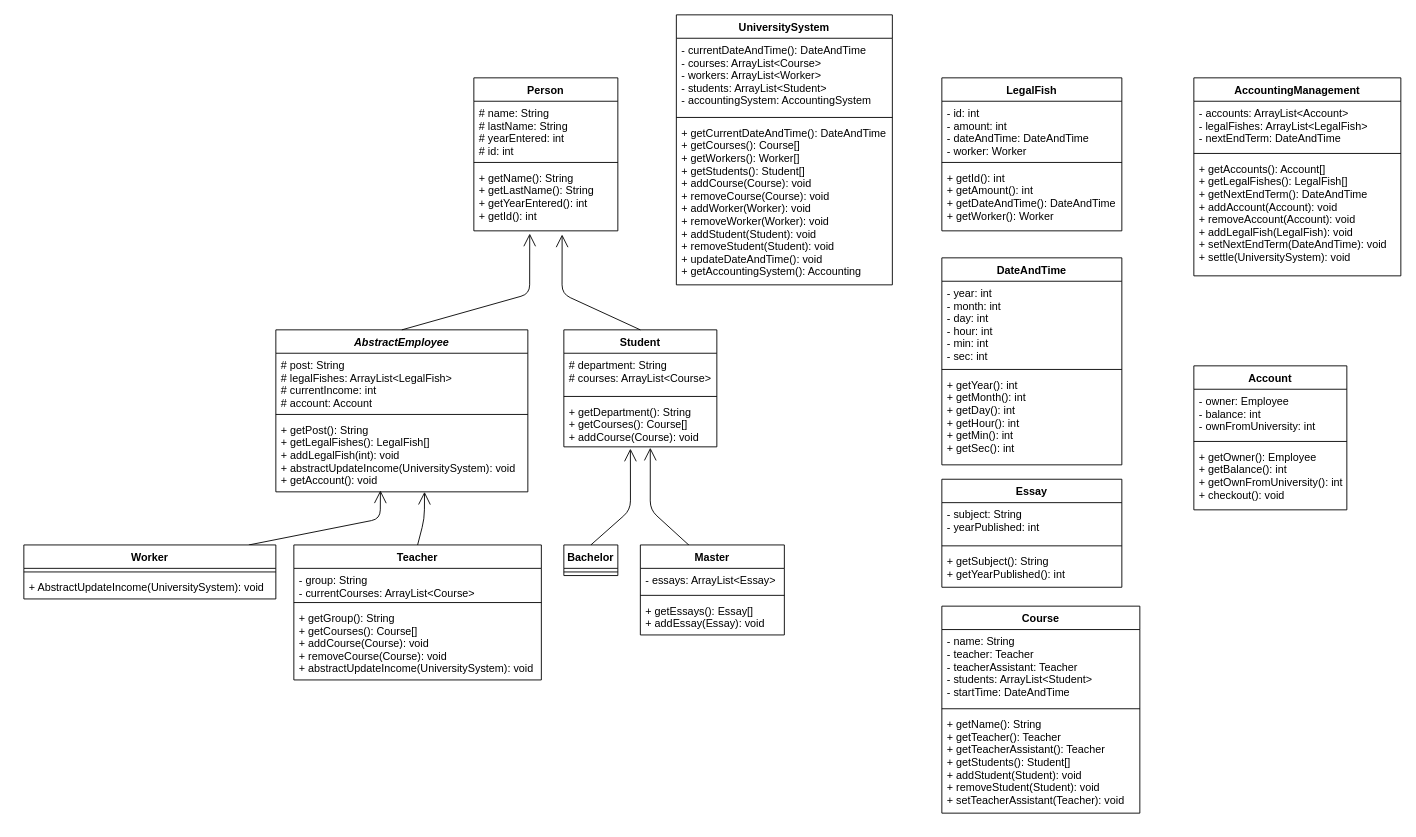
Above: Untitled Diagram.drawio in ParsaRahmaty/Lab9 (draw.io), before the change. Source tidied: cells renumbered, new cells numbered last; positions are measured from the earlier drawing's top-left corner, leaving out a move shared by most shapes. Both pictures are drawn from the tidied source at 90%, with x=0, y=0 at pixel (23, 14).
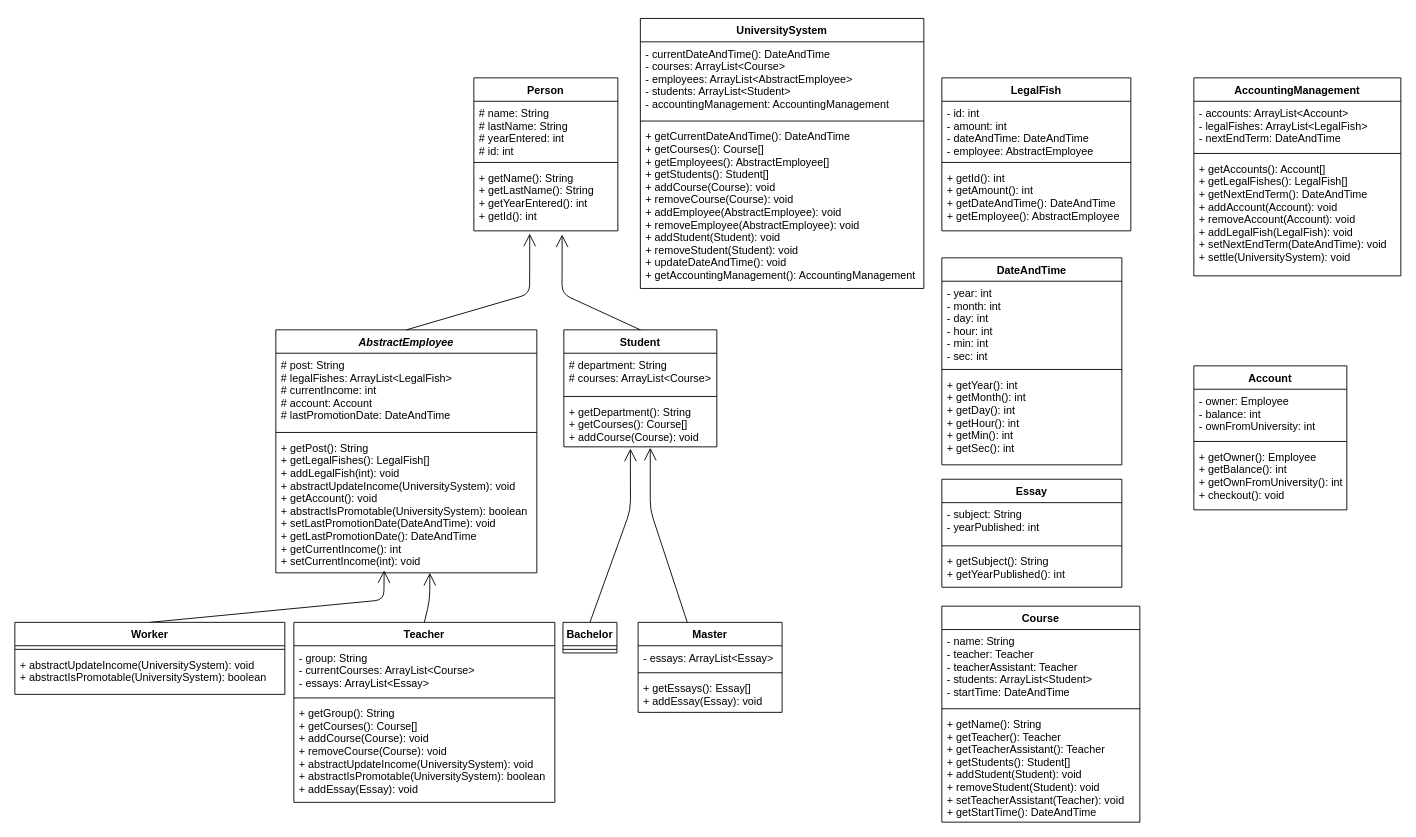
The same diagram, later.

The edit, as a diff of the source:
```diff
@@
     <mxCell id="6" value="AbstractEmployee" style="swimlane;fontStyle=3;align=center;verticalAlign=top;horizontal=1;startSize=26;" parent="1" vertex="1">
-      <mxGeometry x="280" y="350" width="280" height="180" as="geometry" />
+      <mxGeometry x="280" y="350" width="290" height="270" as="geometry" />
     </mxCell>
-    <mxCell id="7" value="# post: String&#10;# legalFishes: ArrayList&lt;LegalFish&gt;&#10;# currentIncome: int&#10;# account: Account&#10;" style="text;strokeColor=none;fillColor=none;align=left;verticalAlign=top;spacingLeft=4;spacingRight=4;overflow=hidden;" parent="6" vertex="1">
-      <mxGeometry y="26" width="280" height="64" as="geometry" />
+    <mxCell id="7" value="# post: String&#10;# legalFishes: ArrayList&lt;LegalFish&gt;&#10;# currentIncome: int&#10;# account: Account&#10;# lastPromotionDate: DateAndTime&#10;&#10;" style="text;strokeColor=none;fillColor=none;align=left;verticalAlign=top;spacingLeft=4;spacingRight=4;overflow=hidden;" parent="6" vertex="1">
+      <mxGeometry y="26" width="290" height="84" as="geometry" />
     </mxCell>
     <mxCell id="8" style="line;strokeWidth=1;fillColor=none;align=left;verticalAlign=middle;spacingTop=-1;spacingLeft=3;spacingRight=3;labelPosition=right;" parent="6" vertex="1">
-      <mxGeometry y="90" width="280" height="8" as="geometry" />
+      <mxGeometry y="110" width="290" height="8" as="geometry" />
     </mxCell>
-    <mxCell id="9" value="+ getPost(): String&#10;+ getLegalFishes(): LegalFish[]&#10;+ addLegalFish(int): void&#10;+ abstractUpdateIncome(UniversitySystem): void&#10;+ getAccount(): void&#10;" style="text;strokeColor=none;fillColor=none;align=left;verticalAlign=top;spacingLeft=4;spacingRight=4;overflow=hidden;points=[[0,0.5],[1,0.5]];portConstraint=eastwest;fontStyle=0;" parent="6" vertex="1">
-      <mxGeometry y="98" width="280" height="82" as="geometry" />
+    <mxCell id="9" value="+ getPost(): String&#10;+ getLegalFishes(): LegalFish[]&#10;+ addLegalFish(int): void&#10;+ abstractUpdateIncome(UniversitySystem): void&#10;+ getAccount(): void&#10;+ abstractIsPromotable(UniversitySystem): boolean&#10;+ setLastPromotionDate(DateAndTime): void&#10;+ getLastPromotionDate(): DateAndTime&#10;+ getCurrentIncome(): int&#10;+ setCurrentIncome(int): void&#10;&#10;" style="text;strokeColor=none;fillColor=none;align=left;verticalAlign=top;spacingLeft=4;spacingRight=4;overflow=hidden;points=[[0,0.5],[1,0.5]];portConstraint=eastwest;fontStyle=0;" parent="6" vertex="1">
+      <mxGeometry y="118" width="290" height="152" as="geometry" />
     </mxCell>
@@
-    <mxCell id="14" style="endArrow=open;endFill=1;endSize=12;html=1;entryX=0.415;entryY=0.981;entryDx=0;entryDy=0;entryPerimeter=0;exitX=0.5;exitY=0;exitDx=0;exitDy=0;" parent="1" edge="1" target="9">
+    <mxCell id="14" style="endArrow=open;endFill=1;endSize=12;html=1;entryX=0.415;entryY=0.981;entryDx=0;entryDy=0;entryPerimeter=0;exitX=0.5;exitY=0;exitDx=0;exitDy=0;" parent="1" edge="1" source="50" target="9">
       <mxGeometry relative="1" as="geometry">
-        <mxPoint x="250" y="589" as="sourcePoint" />
         <Array as="points">
-          <mxPoint x="396" y="560" />
+          <mxPoint x="400" y="650" />
         </Array>
       </mxGeometry>
     </mxCell>
@@
     <mxCell id="17" style="endArrow=open;endFill=1;endSize=12;html=1;entryX=0.59;entryY=1;entryDx=0;entryDy=0;entryPerimeter=0;exitX=0.5;exitY=0;exitDx=0;exitDy=0;" parent="1" edge="1" source="18" target="9">
       <mxGeometry relative="1" as="geometry">
         <Array as="points">
-          <mxPoint x="445" y="560" />
+          <mxPoint x="451" y="650" />
         </Array>
       </mxGeometry>
     </mxCell>
     <mxCell id="18" value="Teacher" style="swimlane;fontStyle=1;align=center;verticalAlign=top;horizontal=1;startSize=26;" parent="1" vertex="1">
-      <mxGeometry x="300" y="589" width="275" height="150" as="geometry" />
+      <mxGeometry x="300" y="675" width="290" height="200" as="geometry" />
     </mxCell>
-    <mxCell id="19" value="- group: String&#10;- currentCourses: ArrayList&lt;Course&gt;&#10;" style="text;strokeColor=none;fillColor=none;align=left;verticalAlign=top;spacingLeft=4;spacingRight=4;overflow=hidden;" parent="18" vertex="1">
-      <mxGeometry y="26" width="275" height="34" as="geometry" />
+    <mxCell id="19" value="- group: String&#10;- currentCourses: ArrayList&lt;Course&gt;&#10;- essays: ArrayList&lt;Essay&gt;&#10;&#10;" style="text;strokeColor=none;fillColor=none;align=left;verticalAlign=top;spacingLeft=4;spacingRight=4;overflow=hidden;" parent="18" vertex="1">
+      <mxGeometry y="26" width="290" height="54" as="geometry" />
     </mxCell>
     <mxCell id="20" style="line;strokeWidth=1;fillColor=none;align=left;verticalAlign=middle;spacingTop=-1;spacingLeft=3;spacingRight=3;labelPosition=right;" parent="18" vertex="1">
-      <mxGeometry y="60" width="275" height="8" as="geometry" />
+      <mxGeometry y="80" width="290" height="8" as="geometry" />
     </mxCell>
-    <mxCell id="21" value="+ getGroup(): String&#10;+ getCourses(): Course[]&#10;+ addCourse(Course): void&#10;+ removeCourse(Course): void&#10;+ abstractUpdateIncome(UniversitySystem): void&#10;&#10;" style="text;strokeColor=none;fillColor=none;align=left;verticalAlign=top;spacingLeft=4;spacingRight=4;overflow=hidden;" parent="18" vertex="1">
-      <mxGeometry y="68" width="275" height="82" as="geometry" />
+    <mxCell id="21" value="+ getGroup(): String&#10;+ getCourses(): Course[]&#10;+ addCourse(Course): void&#10;+ removeCourse(Course): void&#10;+ abstractUpdateIncome(UniversitySystem): void&#10;+ abstractIsPromotable(UniversitySystem): boolean&#10;+ addEssay(Essay): void&#10;&#10;&#10;&#10;" style="text;strokeColor=none;fillColor=none;align=left;verticalAlign=top;spacingLeft=4;spacingRight=4;overflow=hidden;" parent="18" vertex="1">
+      <mxGeometry y="88" width="290" height="112" as="geometry" />
     </mxCell>
@@
     <mxCell id="23" value="Bachelor" style="swimlane;fontStyle=1;align=center;verticalAlign=top;horizontal=1;startSize=26;" parent="1" vertex="1">
-      <mxGeometry x="600" y="589" width="60" height="34" as="geometry" />
+      <mxGeometry x="599" y="675" width="60" height="34" as="geometry" />
     </mxCell>
@@
     <mxCell id="26" value="Master" style="swimlane;fontStyle=1;align=center;verticalAlign=top;horizontal=1;startSize=26;" parent="1" vertex="1">
-      <mxGeometry x="685" y="589" width="160" height="100" as="geometry" />
+      <mxGeometry x="682.5" y="675" width="160" height="100" as="geometry" />
     </mxCell>
@@
     <mxCell id="30" value="LegalFish" style="swimlane;fontStyle=1;align=center;verticalAlign=top;horizontal=1;startSize=26;" parent="1" vertex="1">
-      <mxGeometry x="1020" y="70" width="200" height="170" as="geometry" />
+      <mxGeometry x="1020" y="70" width="210" height="170" as="geometry" />
     </mxCell>
-    <mxCell id="31" value="- id: int&#10;- amount: int&#10;- dateAndTime: DateAndTime&#10;- worker: Worker&#10;&#10;" style="text;strokeColor=none;fillColor=none;align=left;verticalAlign=top;spacingLeft=4;spacingRight=4;overflow=hidden;" parent="30" vertex="1">
-      <mxGeometry y="26" width="200" height="64" as="geometry" />
+    <mxCell id="31" value="- id: int&#10;- amount: int&#10;- dateAndTime: DateAndTime&#10;- employee: AbstractEmployee&#10;&#10;" style="text;strokeColor=none;fillColor=none;align=left;verticalAlign=top;spacingLeft=4;spacingRight=4;overflow=hidden;" parent="30" vertex="1">
+      <mxGeometry y="26" width="210" height="64" as="geometry" />
     </mxCell>
     <mxCell id="32" style="line;strokeWidth=1;fillColor=none;align=left;verticalAlign=middle;spacingTop=-1;spacingLeft=3;spacingRight=3;labelPosition=right;" parent="30" vertex="1">
-      <mxGeometry y="90" width="200" height="8" as="geometry" />
+      <mxGeometry y="90" width="210" height="8" as="geometry" />
     </mxCell>
-    <mxCell id="33" value="+ getId(): int&#10;+ getAmount(): int&#10;+ getDateAndTime(): DateAndTime&#10;+ getWorker(): Worker&#10;" style="text;strokeColor=none;fillColor=none;align=left;verticalAlign=top;spacingLeft=4;spacingRight=4;overflow=hidden;" parent="30" vertex="1">
-      <mxGeometry y="98" width="200" height="72" as="geometry" />
+    <mxCell id="33" value="+ getId(): int&#10;+ getAmount(): int&#10;+ getDateAndTime(): DateAndTime&#10;+ getEmployee(): AbstractEmployee&#10;" style="text;strokeColor=none;fillColor=none;align=left;verticalAlign=top;spacingLeft=4;spacingRight=4;overflow=hidden;" parent="30" vertex="1">
+      <mxGeometry y="98" width="210" height="72" as="geometry" />
     </mxCell>
@@
     <mxCell id="42" value="Course" style="swimlane;fontStyle=1;align=center;verticalAlign=top;horizontal=1;startSize=26;" parent="1" vertex="1">
-      <mxGeometry x="1020" y="657" width="220" height="230" as="geometry" />
+      <mxGeometry x="1020" y="657" width="220" height="240" as="geometry" />
     </mxCell>
@@
-    <mxCell id="45" value="+ getName(): String&#10;+ getTeacher(): Teacher&#10;+ getTeacherAssistant(): Teacher&#10;+ getStudents(): Student[]&#10;+ addStudent(Student): void&#10;+ removeStudent(Student): void&#10;+ setTeacherAssistant(Teacher): void&#10;" style="text;strokeColor=none;fillColor=none;align=left;verticalAlign=top;spacingLeft=4;spacingRight=4;overflow=hidden;" parent="42" vertex="1">
-      <mxGeometry y="118" width="220" height="112" as="geometry" />
+    <mxCell id="45" value="+ getName(): String&#10;+ getTeacher(): Teacher&#10;+ getTeacherAssistant(): Teacher&#10;+ getStudents(): Student[]&#10;+ addStudent(Student): void&#10;+ removeStudent(Student): void&#10;+ setTeacherAssistant(Teacher): void&#10;+ getStartTime(): DateAndTime&#10;" style="text;strokeColor=none;fillColor=none;align=left;verticalAlign=top;spacingLeft=4;spacingRight=4;overflow=hidden;" parent="42" vertex="1">
+      <mxGeometry y="118" width="220" height="122" as="geometry" />
     </mxCell>
     <mxCell id="46" value="UniversitySystem" style="swimlane;fontStyle=1;align=center;verticalAlign=top;horizontal=1;startSize=26;" parent="1" vertex="1">
-      <mxGeometry x="725" width="240" height="300" as="geometry" />
+      <mxGeometry x="685" y="4" width="315" height="300" as="geometry" />
     </mxCell>
-    <mxCell id="47" value="- currentDateAndTime(): DateAndTime&#10;- courses: ArrayList&lt;Course&gt;&#10;- workers: ArrayList&lt;Worker&gt;&#10;- students: ArrayList&lt;Student&gt;&#10;- accountingSystem: AccountingSystem&#10;" style="text;strokeColor=none;fillColor=none;align=left;verticalAlign=top;spacingLeft=4;spacingRight=4;overflow=hidden;" parent="46" vertex="1">
-      <mxGeometry y="26" width="240" height="84" as="geometry" />
+    <mxCell id="47" value="- currentDateAndTime(): DateAndTime&#10;- courses: ArrayList&lt;Course&gt;&#10;- employees: ArrayList&lt;AbstractEmployee&gt;&#10;- students: ArrayList&lt;Student&gt;&#10;- accountingManagement: AccountingManagement&#10;" style="text;strokeColor=none;fillColor=none;align=left;verticalAlign=top;spacingLeft=4;spacingRight=4;overflow=hidden;" parent="46" vertex="1">
+      <mxGeometry y="26" width="315" height="84" as="geometry" />
     </mxCell>
     <mxCell id="48" style="line;strokeWidth=1;fillColor=none;align=left;verticalAlign=middle;spacingTop=-1;spacingLeft=3;spacingRight=3;labelPosition=right;" parent="46" vertex="1">
-      <mxGeometry y="110" width="240" height="8" as="geometry" />
+      <mxGeometry y="110" width="315" height="8" as="geometry" />
     </mxCell>
-    <mxCell id="49" value="+ getCurrentDateAndTime(): DateAndTime&#10;+ getCourses(): Course[]&#10;+ getWorkers(): Worker[]&#10;+ getStudents(): Student[]&#10;+ addCourse(Course): void&#10;+ removeCourse(Course): void&#10;+ addWorker(Worker): void&#10;+ removeWorker(Worker): void&#10;+ addStudent(Student): void&#10;+ removeStudent(Student): void&#10;+ updateDateAndTime(): void&#10;+ getAccountingSystem(): Accounting&#10;" style="text;strokeColor=none;fillColor=none;align=left;verticalAlign=top;spacingLeft=4;spacingRight=4;overflow=hidden;" parent="46" vertex="1">
-      <mxGeometry y="118" width="240" height="182" as="geometry" />
+    <mxCell id="49" value="+ getCurrentDateAndTime(): DateAndTime&#10;+ getCourses(): Course[]&#10;+ getEmployees(): AbstractEmployee[]&#10;+ getStudents(): Student[]&#10;+ addCourse(Course): void&#10;+ removeCourse(Course): void&#10;+ addEmployee(AbstractEmployee): void&#10;+ removeEmployee(AbstractEmployee): void&#10;+ addStudent(Student): void&#10;+ removeStudent(Student): void&#10;+ updateDateAndTime(): void&#10;+ getAccountingManagement(): AccountingManagement&#10;" style="text;strokeColor=none;fillColor=none;align=left;verticalAlign=top;spacingLeft=4;spacingRight=4;overflow=hidden;" parent="46" vertex="1">
+      <mxGeometry y="118" width="315" height="182" as="geometry" />
     </mxCell>
     <mxCell id="50" value="Worker" style="swimlane;fontStyle=1;align=center;verticalAlign=top;horizontal=1;startSize=26;" parent="1" vertex="1">
-      <mxGeometry y="589" width="280" height="60" as="geometry" />
+      <mxGeometry x="-10" y="675" width="300" height="80" as="geometry" />
     </mxCell>
     <mxCell id="51" style="line;strokeWidth=1;fillColor=none;align=left;verticalAlign=middle;spacingTop=-1;spacingLeft=3;spacingRight=3;labelPosition=right;" parent="50" vertex="1">
-      <mxGeometry y="26" width="280" height="8" as="geometry" />
+      <mxGeometry y="26" width="300" height="8" as="geometry" />
     </mxCell>
-    <mxCell id="52" value="+ AbstractUpdateIncome(UniversitySystem): void" style="text;strokeColor=none;fillColor=none;align=left;verticalAlign=top;spacingLeft=4;spacingRight=4;overflow=hidden;" parent="50" vertex="1">
-      <mxGeometry y="34" width="280" height="26" as="geometry" />
+    <mxCell id="52" value="+ abstractUpdateIncome(UniversitySystem): void&#10;+ abstractIsPromotable(UniversitySystem): boolean&#10;" style="text;strokeColor=none;fillColor=none;align=left;verticalAlign=top;spacingLeft=4;spacingRight=4;overflow=hidden;" parent="50" vertex="1">
+      <mxGeometry y="34" width="300" height="46" as="geometry" />
     </mxCell>
```
